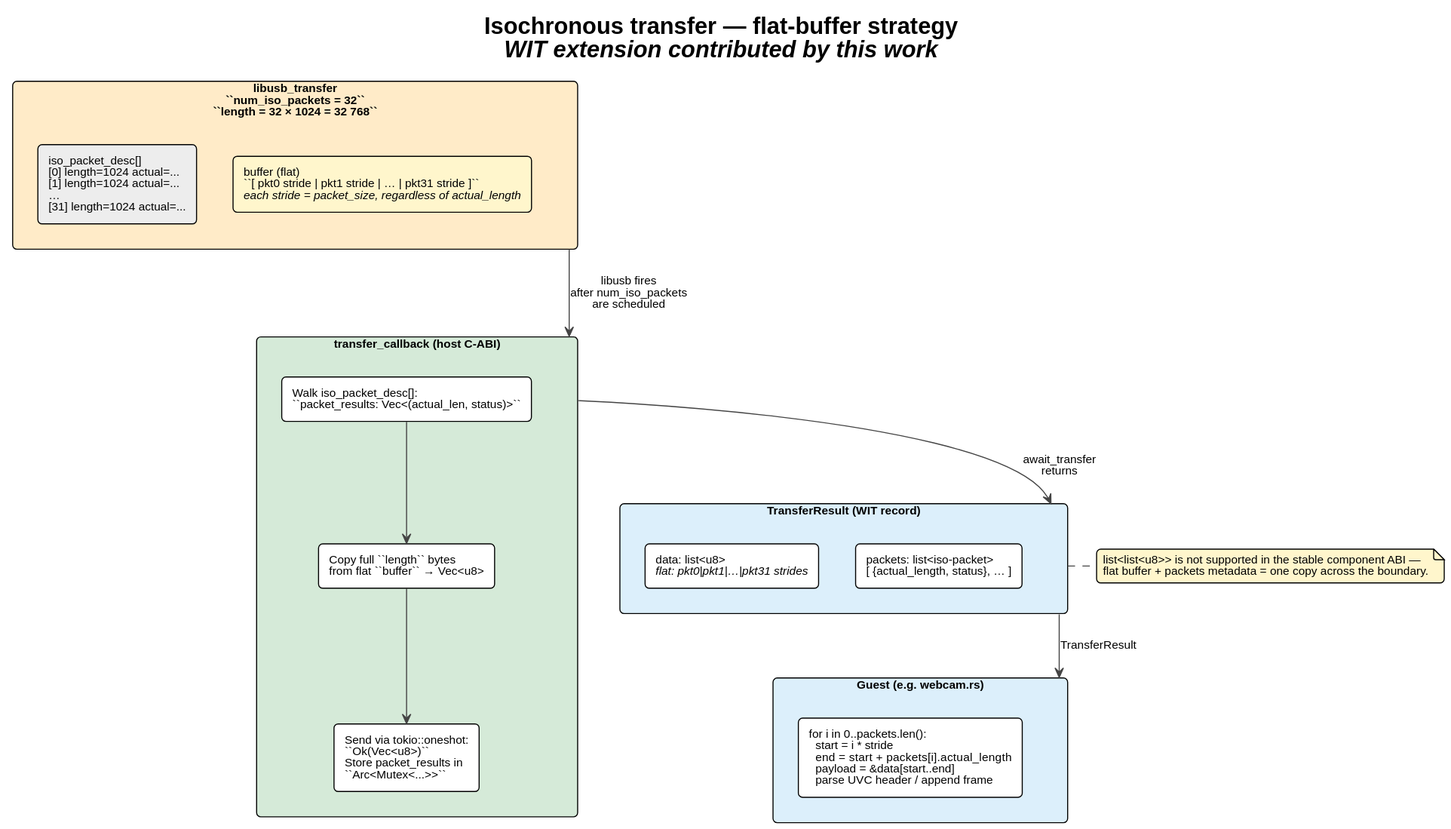
This is diagrams/iso_flatbuffer.svg from idlab-discover/masters-sibren-wieme, a PlantUML export, as it was before one commit.
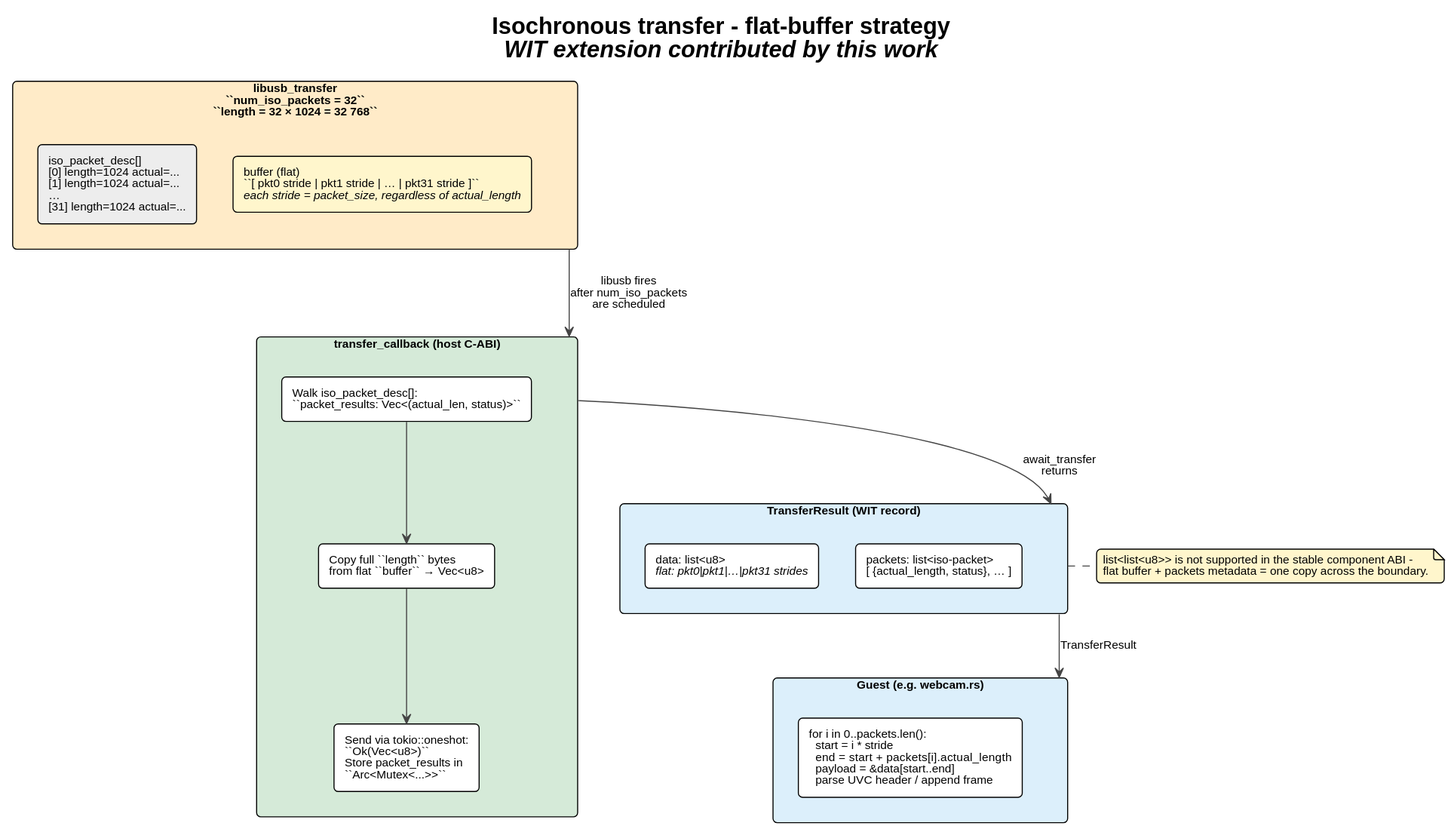
The same diagram one commit later.

Diff of the diagram source:
```diff
@@ -6,7 +6,7 @@
 skinparam defaultFontSize 11
 skinparam ArrowColor #444
 
-title Isochronous transfer — flat-buffer strategy\n//WIT extension contributed by this work//
+title Isochronous transfer - flat-buffer strategy\n//WIT extension contributed by this work//
 
 rectangle "**libusb_transfer**\n``num_iso_packets = 32``\n``length = 32 × 1024 = 32 768``" as xfer #FFEBC8 {
   rectangle "iso_packet_desc[]\n[0] length=1024 actual=...\n[1] length=1024 actual=...\n…\n[31] length=1024 actual=..." as descs #EDEDED
@@ -37,7 +37,7 @@
 result --> guest : TransferResult
 
 note right of result #FFF6CC
-  list<list<u8>> is not supported in the stable component ABI —
+  list<list<u8>> is not supported in the stable component ABI -
   flat buffer + packets metadata = one copy across the boundary.
 end note
 @enduml
```
